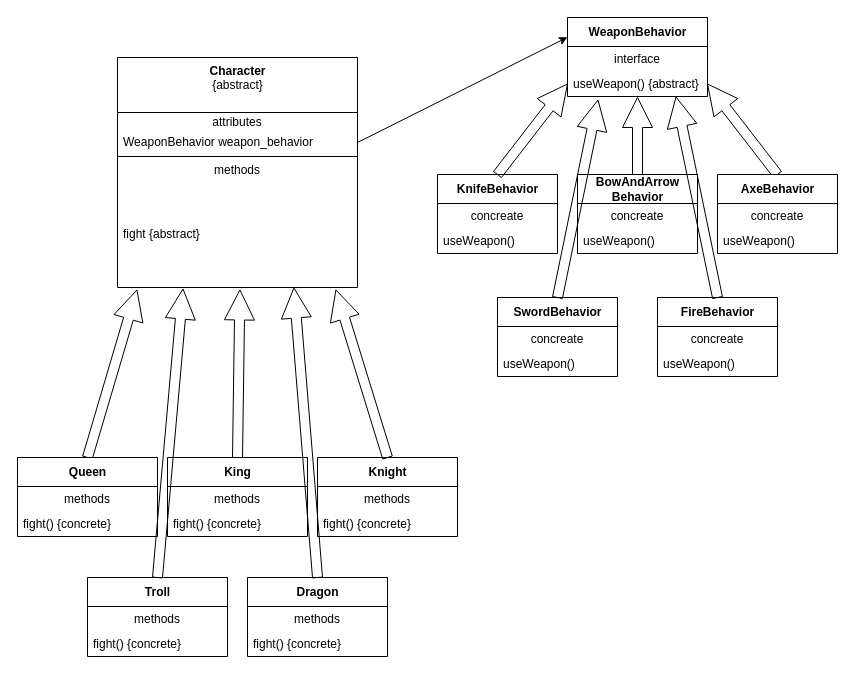
Earlier version of the draw.io diagram page "actionGame" (2 of 2) of chapter_01/chapter_01_strategy_dp.drawio (alexbigkid/dp_exercises). Source tidied: cells renumbered, new cells numbered last; positions are measured from the earlier drawing's top-left corner, leaving out a move shared by most shapes. Both pictures are drawn from the tidied source at 100%, with x=0, y=0 at pixel (17, 17).
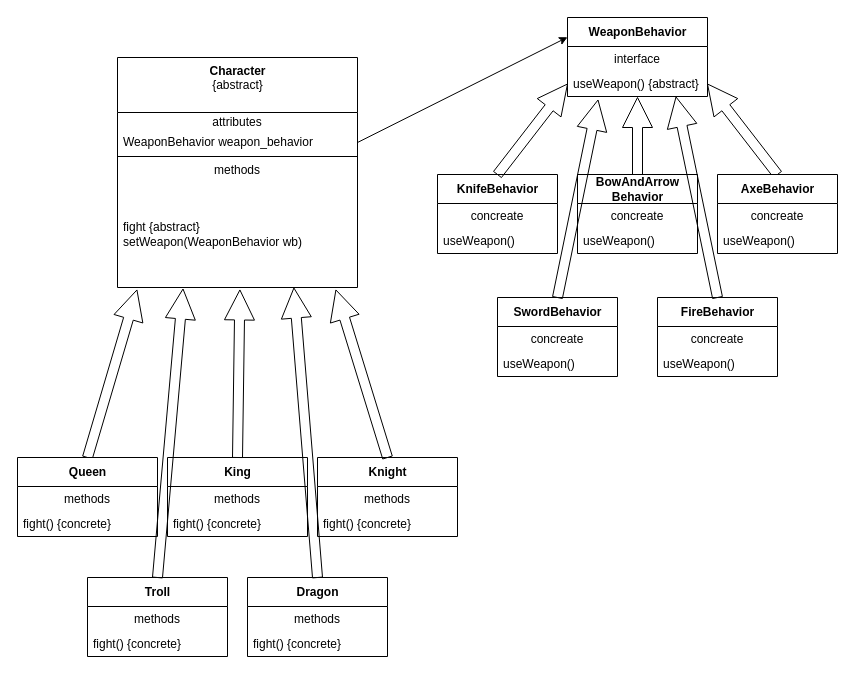
Above is the later version.

Commit message:
d chapter_01: updated diagramfor actionGame DP

Unchanged cells that the change refers to:
```xml
<mxCell id="2" value="&lt;b&gt;Character&lt;/b&gt;&lt;br&gt;{abstract}" style="swimlane;fontStyle=0;align=center;verticalAlign=top;horizontal=1;startSize=55;html=1;" parent="1" vertex="1">
  <mxGeometry x="100" y="40" width="240" height="230" as="geometry" />
</mxCell>
```

The edit, as a diff of the source:
```diff
@@
-    <mxCell id="7" value="fight {abstract}&lt;br&gt;" style="text;html=1;strokeColor=none;fillColor=none;align=left;verticalAlign=middle;spacingLeft=4;spacingRight=4;overflow=hidden;points=[[0,0.5],[1,0.5]];portConstraint=eastwest;" parent="2" vertex="1">
+    <mxCell id="7" value="fight {abstract}&lt;br&gt;setWeapon(WeaponBehavior wb)&lt;br&gt;" style="text;html=1;strokeColor=none;fillColor=none;align=left;verticalAlign=middle;spacingLeft=4;spacingRight=4;overflow=hidden;points=[[0,0.5],[1,0.5]];portConstraint=eastwest;" parent="2" vertex="1">
       <mxGeometry y="123" width="240" height="107" as="geometry" />
     </mxCell>
```
